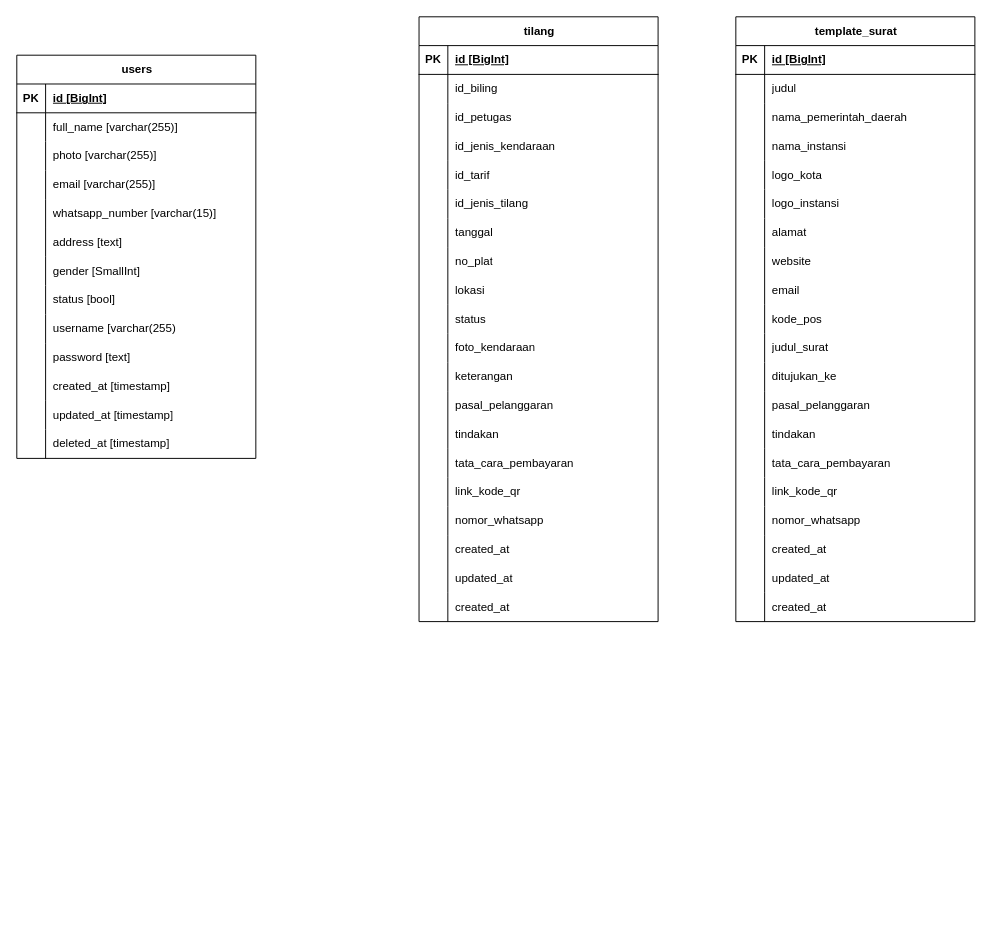
rezalmp7/dbms_gembok keeps this draw.io diagram as Gembok Fun Teknologi.drawio. Above is the earlier version. Source tidied: cells renumbered, new cells numbered last; positions are measured from the earlier drawing's top-left corner, leaving out a move shared by most shapes. Both pictures are drawn from the tidied source at 96%, with x=0, y=0 at pixel (16, 16).
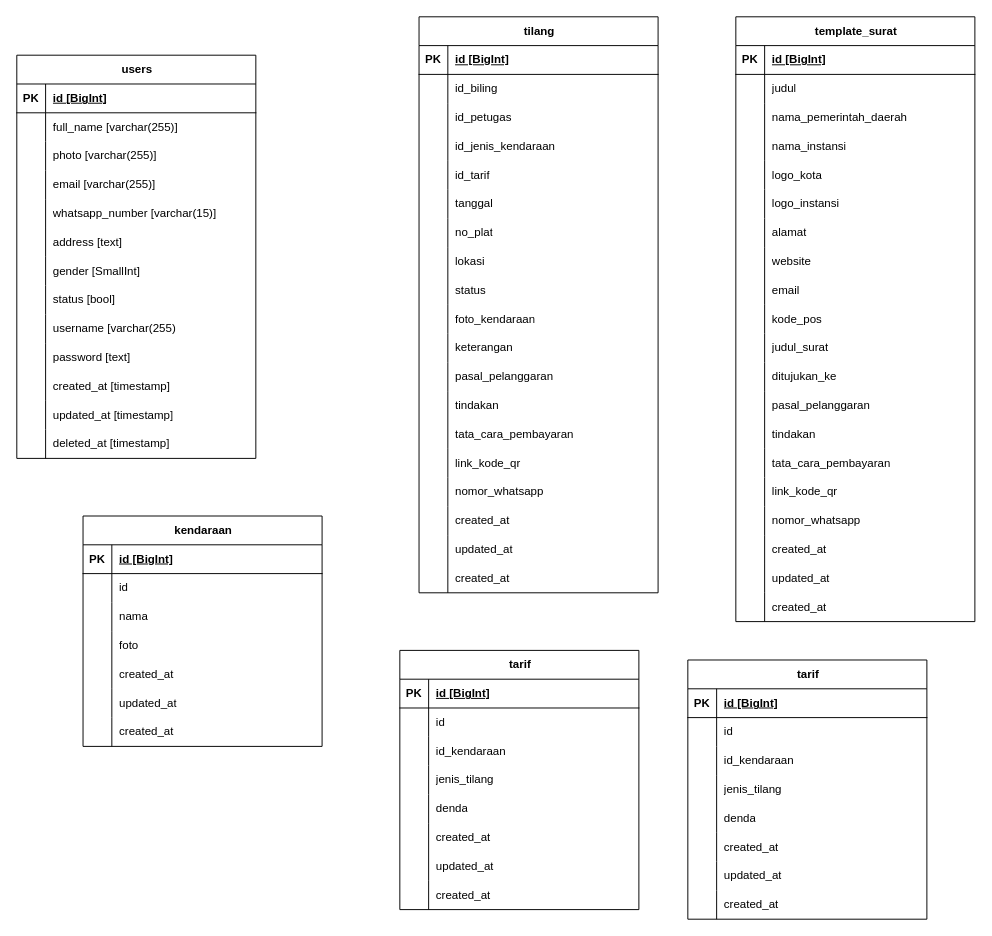
The same page after the edit.

The edit, as a diff of the source:
```diff
@@
     <mxCell id="103" value="tilang" style="shape=table;startSize=30;childLayout=tableLayout;rowLines=0;fontStyle=1;align=center;html=1;" parent="1" vertex="1">
-      <mxGeometry x="419" width="249" height="630" as="geometry" />
+      <mxGeometry x="419" width="249" height="600" as="geometry" />
     </mxCell>
@@
-    <mxCell id="119" style="shape=tableRow;horizontal=0;startSize=0;swimlaneHead=0;swimlaneBody=0;fillColor=none;top=0;left=0;right=0;bottom=0;" parent="103" vertex="1">
-      <mxGeometry y="180" width="249" height="30" as="geometry" />
-    </mxCell>
-    <mxCell id="120" style="shape=partialRectangle;fillColor=none;top=0;left=0;bottom=0;right=0;overflow=hidden;whiteSpace=wrap;html=1;" parent="119" vertex="1">
-      <mxGeometry width="30" height="30" as="geometry" />
-    </mxCell>
-    <mxCell id="121" value="id_jenis_tilang" style="shape=partialRectangle;fillColor=none;top=0;left=0;bottom=0;right=0;align=left;spacingLeft=6;overflow=hidden;whiteSpace=wrap;html=1;" parent="119" vertex="1">
-      <mxGeometry x="30" width="219" height="30" as="geometry" />
-    </mxCell>
     <mxCell id="122" style="shape=tableRow;horizontal=0;startSize=0;swimlaneHead=0;swimlaneBody=0;fillColor=none;top=0;left=0;right=0;bottom=0;" parent="103" vertex="1">
-      <mxGeometry y="210" width="249" height="30" as="geometry" />
+      <mxGeometry y="180" width="249" height="30" as="geometry" />
     </mxCell>
@@
     <mxCell id="125" style="shape=tableRow;horizontal=0;startSize=0;swimlaneHead=0;swimlaneBody=0;fillColor=none;top=0;left=0;right=0;bottom=0;" parent="103" vertex="1">
-      <mxGeometry y="240" width="249" height="30" as="geometry" />
+      <mxGeometry y="210" width="249" height="30" as="geometry" />
     </mxCell>
@@
     <mxCell id="128" style="shape=tableRow;horizontal=0;startSize=0;swimlaneHead=0;swimlaneBody=0;fillColor=none;top=0;left=0;right=0;bottom=0;" parent="103" vertex="1">
-      <mxGeometry y="270" width="249" height="30" as="geometry" />
+      <mxGeometry y="240" width="249" height="30" as="geometry" />
     </mxCell>
@@
     <mxCell id="131" style="shape=tableRow;horizontal=0;startSize=0;swimlaneHead=0;swimlaneBody=0;fillColor=none;top=0;left=0;right=0;bottom=0;" parent="103" vertex="1">
-      <mxGeometry y="300" width="249" height="30" as="geometry" />
+      <mxGeometry y="270" width="249" height="30" as="geometry" />
     </mxCell>
@@
     <mxCell id="134" style="shape=tableRow;horizontal=0;startSize=0;swimlaneHead=0;swimlaneBody=0;fillColor=none;top=0;left=0;right=0;bottom=0;" parent="103" vertex="1">
-      <mxGeometry y="330" width="249" height="30" as="geometry" />
+      <mxGeometry y="300" width="249" height="30" as="geometry" />
     </mxCell>
@@
     <mxCell id="137" style="shape=tableRow;horizontal=0;startSize=0;swimlaneHead=0;swimlaneBody=0;fillColor=none;top=0;left=0;right=0;bottom=0;" parent="103" vertex="1">
-      <mxGeometry y="360" width="249" height="30" as="geometry" />
+      <mxGeometry y="330" width="249" height="30" as="geometry" />
     </mxCell>
@@
     <mxCell id="140" style="shape=tableRow;horizontal=0;startSize=0;swimlaneHead=0;swimlaneBody=0;fillColor=none;top=0;left=0;right=0;bottom=0;" parent="103" vertex="1">
-      <mxGeometry y="390" width="249" height="30" as="geometry" />
+      <mxGeometry y="360" width="249" height="30" as="geometry" />
     </mxCell>
@@
     <mxCell id="143" style="shape=tableRow;horizontal=0;startSize=0;swimlaneHead=0;swimlaneBody=0;fillColor=none;top=0;left=0;right=0;bottom=0;" parent="103" vertex="1">
-      <mxGeometry y="420" width="249" height="30" as="geometry" />
+      <mxGeometry y="390" width="249" height="30" as="geometry" />
     </mxCell>
@@
     <mxCell id="146" style="shape=tableRow;horizontal=0;startSize=0;swimlaneHead=0;swimlaneBody=0;fillColor=none;top=0;left=0;right=0;bottom=0;" parent="103" vertex="1">
-      <mxGeometry y="450" width="249" height="30" as="geometry" />
+      <mxGeometry y="420" width="249" height="30" as="geometry" />
     </mxCell>
@@
     <mxCell id="149" style="shape=tableRow;horizontal=0;startSize=0;swimlaneHead=0;swimlaneBody=0;fillColor=none;top=0;left=0;right=0;bottom=0;" parent="103" vertex="1">
-      <mxGeometry y="480" width="249" height="30" as="geometry" />
+      <mxGeometry y="450" width="249" height="30" as="geometry" />
     </mxCell>
@@
     <mxCell id="152" style="shape=tableRow;horizontal=0;startSize=0;swimlaneHead=0;swimlaneBody=0;fillColor=none;top=0;left=0;right=0;bottom=0;" parent="103" vertex="1">
-      <mxGeometry y="510" width="249" height="30" as="geometry" />
+      <mxGeometry y="480" width="249" height="30" as="geometry" />
     </mxCell>
@@
     <mxCell id="155" style="shape=tableRow;horizontal=0;startSize=0;swimlaneHead=0;swimlaneBody=0;fillColor=none;top=0;left=0;right=0;bottom=0;" parent="103" vertex="1">
-      <mxGeometry y="540" width="249" height="30" as="geometry" />
+      <mxGeometry y="510" width="249" height="30" as="geometry" />
     </mxCell>
@@
     <mxCell id="158" style="shape=tableRow;horizontal=0;startSize=0;swimlaneHead=0;swimlaneBody=0;fillColor=none;top=0;left=0;right=0;bottom=0;" parent="103" vertex="1">
-      <mxGeometry y="570" width="249" height="30" as="geometry" />
+      <mxGeometry y="540" width="249" height="30" as="geometry" />
     </mxCell>
@@
     <mxCell id="161" style="shape=tableRow;horizontal=0;startSize=0;swimlaneHead=0;swimlaneBody=0;fillColor=none;top=0;left=0;right=0;bottom=0;" parent="103" vertex="1">
-      <mxGeometry y="600" width="249" height="30" as="geometry" />
+      <mxGeometry y="570" width="249" height="30" as="geometry" />
     </mxCell>
@@
+    <mxCell id="164" value="kendaraan" style="shape=table;startSize=30;childLayout=tableLayout;rowLines=0;fontStyle=1;align=center;html=1;" parent="1" vertex="1">
+      <mxGeometry x="69" y="520" width="249" height="240" as="geometry" />
+    </mxCell>
+    <mxCell id="165" style="shape=tableRow;horizontal=0;startSize=0;swimlaneHead=0;swimlaneBody=0;fillColor=none;top=0;left=0;right=0;bottom=1;" parent="164" vertex="1">
+      <mxGeometry y="30" width="249" height="30" as="geometry" />
+    </mxCell>
+    <mxCell id="166" value="PK" style="shape=partialRectangle;fillColor=none;top=0;left=0;bottom=0;right=0;fontStyle=1;overflow=hidden;whiteSpace=wrap;html=1;" parent="165" vertex="1">
+      <mxGeometry width="30" height="30" as="geometry" />
+    </mxCell>
+    <mxCell id="167" value="id [BigInt]" style="shape=partialRectangle;fillColor=none;top=0;left=0;bottom=0;right=0;align=left;spacingLeft=6;fontStyle=5;overflow=hidden;whiteSpace=wrap;html=1;" parent="165" vertex="1">
+      <mxGeometry x="30" width="219" height="30" as="geometry" />
+    </mxCell>
+    <mxCell id="168" style="shape=tableRow;horizontal=0;startSize=0;swimlaneHead=0;swimlaneBody=0;fillColor=none;top=0;left=0;right=0;bottom=0;" parent="164" vertex="1">
+      <mxGeometry y="60" width="249" height="30" as="geometry" />
+    </mxCell>
+    <mxCell id="169" style="shape=partialRectangle;fillColor=none;top=0;left=0;bottom=0;right=0;overflow=hidden;whiteSpace=wrap;html=1;" parent="168" vertex="1">
+      <mxGeometry width="30" height="30" as="geometry" />
+    </mxCell>
+    <mxCell id="170" value="id" style="shape=partialRectangle;fillColor=none;top=0;left=0;bottom=0;right=0;align=left;spacingLeft=6;overflow=hidden;whiteSpace=wrap;html=1;" parent="168" vertex="1">
+      <mxGeometry x="30" width="219" height="30" as="geometry" />
+    </mxCell>
+    <mxCell id="171" style="shape=tableRow;horizontal=0;startSize=0;swimlaneHead=0;swimlaneBody=0;fillColor=none;top=0;left=0;right=0;bottom=0;" parent="164" vertex="1">
+      <mxGeometry y="90" width="249" height="30" as="geometry" />
+    </mxCell>
+    <mxCell id="172" style="shape=partialRectangle;fillColor=none;top=0;left=0;bottom=0;right=0;overflow=hidden;whiteSpace=wrap;html=1;" parent="171" vertex="1">
+      <mxGeometry width="30" height="30" as="geometry" />
+    </mxCell>
+    <mxCell id="173" value="nama" style="shape=partialRectangle;fillColor=none;top=0;left=0;bottom=0;right=0;align=left;spacingLeft=6;overflow=hidden;whiteSpace=wrap;html=1;" parent="171" vertex="1">
+      <mxGeometry x="30" width="219" height="30" as="geometry" />
+    </mxCell>
+    <mxCell id="174" style="shape=tableRow;horizontal=0;startSize=0;swimlaneHead=0;swimlaneBody=0;fillColor=none;top=0;left=0;right=0;bottom=0;" parent="164" vertex="1">
+      <mxGeometry y="120" width="249" height="30" as="geometry" />
+    </mxCell>
+    <mxCell id="175" style="shape=partialRectangle;fillColor=none;top=0;left=0;bottom=0;right=0;overflow=hidden;whiteSpace=wrap;html=1;" parent="174" vertex="1">
+      <mxGeometry width="30" height="30" as="geometry" />
+    </mxCell>
+    <mxCell id="176" value="foto" style="shape=partialRectangle;fillColor=none;top=0;left=0;bottom=0;right=0;align=left;spacingLeft=6;overflow=hidden;whiteSpace=wrap;html=1;" parent="174" vertex="1">
+      <mxGeometry x="30" width="219" height="30" as="geometry" />
+    </mxCell>
+    <mxCell id="177" style="shape=tableRow;horizontal=0;startSize=0;swimlaneHead=0;swimlaneBody=0;fillColor=none;top=0;left=0;right=0;bottom=0;" parent="164" vertex="1">
+      <mxGeometry y="150" width="249" height="30" as="geometry" />
+    </mxCell>
+    <mxCell id="178" style="shape=partialRectangle;fillColor=none;top=0;left=0;bottom=0;right=0;overflow=hidden;whiteSpace=wrap;html=1;" parent="177" vertex="1">
+      <mxGeometry width="30" height="30" as="geometry" />
+    </mxCell>
+    <mxCell id="179" value="created_at" style="shape=partialRectangle;fillColor=none;top=0;left=0;bottom=0;right=0;align=left;spacingLeft=6;overflow=hidden;whiteSpace=wrap;html=1;" parent="177" vertex="1">
+      <mxGeometry x="30" width="219" height="30" as="geometry" />
+    </mxCell>
+    <mxCell id="180" style="shape=tableRow;horizontal=0;startSize=0;swimlaneHead=0;swimlaneBody=0;fillColor=none;top=0;left=0;right=0;bottom=0;" parent="164" vertex="1">
+      <mxGeometry y="180" width="249" height="30" as="geometry" />
+    </mxCell>
+    <mxCell id="181" style="shape=partialRectangle;fillColor=none;top=0;left=0;bottom=0;right=0;overflow=hidden;whiteSpace=wrap;html=1;" parent="180" vertex="1">
+      <mxGeometry width="30" height="30" as="geometry" />
+    </mxCell>
+    <mxCell id="182" value="updated_at" style="shape=partialRectangle;fillColor=none;top=0;left=0;bottom=0;right=0;align=left;spacingLeft=6;overflow=hidden;whiteSpace=wrap;html=1;" parent="180" vertex="1">
+      <mxGeometry x="30" width="219" height="30" as="geometry" />
+    </mxCell>
+    <mxCell id="183" style="shape=tableRow;horizontal=0;startSize=0;swimlaneHead=0;swimlaneBody=0;fillColor=none;top=0;left=0;right=0;bottom=0;" parent="164" vertex="1">
+      <mxGeometry y="210" width="249" height="30" as="geometry" />
+    </mxCell>
+    <mxCell id="184" style="shape=partialRectangle;fillColor=none;top=0;left=0;bottom=0;right=0;overflow=hidden;whiteSpace=wrap;html=1;" parent="183" vertex="1">
+      <mxGeometry width="30" height="30" as="geometry" />
+    </mxCell>
+    <mxCell id="185" value="created_at" style="shape=partialRectangle;fillColor=none;top=0;left=0;bottom=0;right=0;align=left;spacingLeft=6;overflow=hidden;whiteSpace=wrap;html=1;" parent="183" vertex="1">
+      <mxGeometry x="30" width="219" height="30" as="geometry" />
+    </mxCell>
+    <mxCell id="186" value="tarif" style="shape=table;startSize=30;childLayout=tableLayout;rowLines=0;fontStyle=1;align=center;html=1;" parent="1" vertex="1">
+      <mxGeometry x="399" y="660" width="249" height="270" as="geometry" />
+    </mxCell>
+    <mxCell id="187" style="shape=tableRow;horizontal=0;startSize=0;swimlaneHead=0;swimlaneBody=0;fillColor=none;top=0;left=0;right=0;bottom=1;" parent="186" vertex="1">
+      <mxGeometry y="30" width="249" height="30" as="geometry" />
+    </mxCell>
+    <mxCell id="188" value="PK" style="shape=partialRectangle;fillColor=none;top=0;left=0;bottom=0;right=0;fontStyle=1;overflow=hidden;whiteSpace=wrap;html=1;" parent="187" vertex="1">
+      <mxGeometry width="30" height="30" as="geometry" />
+    </mxCell>
+    <mxCell id="189" value="id [BigInt]" style="shape=partialRectangle;fillColor=none;top=0;left=0;bottom=0;right=0;align=left;spacingLeft=6;fontStyle=5;overflow=hidden;whiteSpace=wrap;html=1;" parent="187" vertex="1">
+      <mxGeometry x="30" width="219" height="30" as="geometry" />
+    </mxCell>
+    <mxCell id="190" style="shape=tableRow;horizontal=0;startSize=0;swimlaneHead=0;swimlaneBody=0;fillColor=none;top=0;left=0;right=0;bottom=0;" parent="186" vertex="1">
+      <mxGeometry y="60" width="249" height="30" as="geometry" />
+    </mxCell>
+    <mxCell id="191" style="shape=partialRectangle;fillColor=none;top=0;left=0;bottom=0;right=0;overflow=hidden;whiteSpace=wrap;html=1;" parent="190" vertex="1">
+      <mxGeometry width="30" height="30" as="geometry" />
+    </mxCell>
+    <mxCell id="192" value="id" style="shape=partialRectangle;fillColor=none;top=0;left=0;bottom=0;right=0;align=left;spacingLeft=6;overflow=hidden;whiteSpace=wrap;html=1;" parent="190" vertex="1">
+      <mxGeometry x="30" width="219" height="30" as="geometry" />
+    </mxCell>
+    <mxCell id="193" style="shape=tableRow;horizontal=0;startSize=0;swimlaneHead=0;swimlaneBody=0;fillColor=none;top=0;left=0;right=0;bottom=0;" parent="186" vertex="1">
+      <mxGeometry y="90" width="249" height="30" as="geometry" />
+    </mxCell>
+    <mxCell id="194" style="shape=partialRectangle;fillColor=none;top=0;left=0;bottom=0;right=0;overflow=hidden;whiteSpace=wrap;html=1;" parent="193" vertex="1">
+      <mxGeometry width="30" height="30" as="geometry" />
+    </mxCell>
+    <mxCell id="195" value="id_kendaraan" style="shape=partialRectangle;fillColor=none;top=0;left=0;bottom=0;right=0;align=left;spacingLeft=6;overflow=hidden;whiteSpace=wrap;html=1;" parent="193" vertex="1">
+      <mxGeometry x="30" width="219" height="30" as="geometry" />
+    </mxCell>
+    <mxCell id="196" style="shape=tableRow;horizontal=0;startSize=0;swimlaneHead=0;swimlaneBody=0;fillColor=none;top=0;left=0;right=0;bottom=0;" parent="186" vertex="1">
+      <mxGeometry y="120" width="249" height="30" as="geometry" />
+    </mxCell>
+    <mxCell id="197" style="shape=partialRectangle;fillColor=none;top=0;left=0;bottom=0;right=0;overflow=hidden;whiteSpace=wrap;html=1;" parent="196" vertex="1">
+      <mxGeometry width="30" height="30" as="geometry" />
+    </mxCell>
+    <mxCell id="198" value="jenis_tilang" style="shape=partialRectangle;fillColor=none;top=0;left=0;bottom=0;right=0;align=left;spacingLeft=6;overflow=hidden;whiteSpace=wrap;html=1;" parent="196" vertex="1">
+      <mxGeometry x="30" width="219" height="30" as="geometry" />
+    </mxCell>
+    <mxCell id="199" style="shape=tableRow;horizontal=0;startSize=0;swimlaneHead=0;swimlaneBody=0;fillColor=none;top=0;left=0;right=0;bottom=0;" parent="186" vertex="1">
+      <mxGeometry y="150" width="249" height="30" as="geometry" />
+    </mxCell>
+    <mxCell id="200" style="shape=partialRectangle;fillColor=none;top=0;left=0;bottom=0;right=0;overflow=hidden;whiteSpace=wrap;html=1;" parent="199" vertex="1">
+      <mxGeometry width="30" height="30" as="geometry" />
+    </mxCell>
+    <mxCell id="201" value="denda" style="shape=partialRectangle;fillColor=none;top=0;left=0;bottom=0;right=0;align=left;spacingLeft=6;overflow=hidden;whiteSpace=wrap;html=1;" parent="199" vertex="1">
+      <mxGeometry x="30" width="219" height="30" as="geometry" />
+    </mxCell>
+    <mxCell id="202" style="shape=tableRow;horizontal=0;startSize=0;swimlaneHead=0;swimlaneBody=0;fillColor=none;top=0;left=0;right=0;bottom=0;" parent="186" vertex="1">
+      <mxGeometry y="180" width="249" height="30" as="geometry" />
+    </mxCell>
+    <mxCell id="203" style="shape=partialRectangle;fillColor=none;top=0;left=0;bottom=0;right=0;overflow=hidden;whiteSpace=wrap;html=1;" parent="202" vertex="1">
+      <mxGeometry width="30" height="30" as="geometry" />
+    </mxCell>
+    <mxCell id="204" value="created_at" style="shape=partialRectangle;fillColor=none;top=0;left=0;bottom=0;right=0;align=left;spacingLeft=6;overflow=hidden;whiteSpace=wrap;html=1;" parent="202" vertex="1">
+      <mxGeometry x="30" width="219" height="30" as="geometry" />
+    </mxCell>
+    <mxCell id="205" style="shape=tableRow;horizontal=0;startSize=0;swimlaneHead=0;swimlaneBody=0;fillColor=none;top=0;left=0;right=0;bottom=0;" parent="186" vertex="1">
+      <mxGeometry y="210" width="249" height="30" as="geometry" />
+    </mxCell>
+    <mxCell id="206" style="shape=partialRectangle;fillColor=none;top=0;left=0;bottom=0;right=0;overflow=hidden;whiteSpace=wrap;html=1;" parent="205" vertex="1">
+      <mxGeometry width="30" height="30" as="geometry" />
+    </mxCell>
+    <mxCell id="207" value="updated_at" style="shape=partialRectangle;fillColor=none;top=0;left=0;bottom=0;right=0;align=left;spacingLeft=6;overflow=hidden;whiteSpace=wrap;html=1;" parent="205" vertex="1">
+      <mxGeometry x="30" width="219" height="30" as="geometry" />
+    </mxCell>
+    <mxCell id="208" style="shape=tableRow;horizontal=0;startSize=0;swimlaneHead=0;swimlaneBody=0;fillColor=none;top=0;left=0;right=0;bottom=0;" parent="186" vertex="1">
+      <mxGeometry y="240" width="249" height="30" as="geometry" />
+    </mxCell>
+    <mxCell id="209" style="shape=partialRectangle;fillColor=none;top=0;left=0;bottom=0;right=0;overflow=hidden;whiteSpace=wrap;html=1;" parent="208" vertex="1">
+      <mxGeometry width="30" height="30" as="geometry" />
+    </mxCell>
+    <mxCell id="210" value="created_at" style="shape=partialRectangle;fillColor=none;top=0;left=0;bottom=0;right=0;align=left;spacingLeft=6;overflow=hidden;whiteSpace=wrap;html=1;" parent="208" vertex="1">
+      <mxGeometry x="30" width="219" height="30" as="geometry" />
+    </mxCell>
+    <mxCell id="211" value="tarif" style="shape=table;startSize=30;childLayout=tableLayout;rowLines=0;fontStyle=1;align=center;html=1;" parent="1" vertex="1">
+      <mxGeometry x="699" y="670" width="249" height="270" as="geometry" />
+    </mxCell>
+    <mxCell id="212" style="shape=tableRow;horizontal=0;startSize=0;swimlaneHead=0;swimlaneBody=0;fillColor=none;top=0;left=0;right=0;bottom=1;" parent="211" vertex="1">
+      <mxGeometry y="30" width="249" height="30" as="geometry" />
+    </mxCell>
+    <mxCell id="213" value="PK" style="shape=partialRectangle;fillColor=none;top=0;left=0;bottom=0;right=0;fontStyle=1;overflow=hidden;whiteSpace=wrap;html=1;" parent="212" vertex="1">
+      <mxGeometry width="30" height="30" as="geometry" />
+    </mxCell>
+    <mxCell id="214" value="id [BigInt]" style="shape=partialRectangle;fillColor=none;top=0;left=0;bottom=0;right=0;align=left;spacingLeft=6;fontStyle=5;overflow=hidden;whiteSpace=wrap;html=1;" parent="212" vertex="1">
+      <mxGeometry x="30" width="219" height="30" as="geometry" />
+    </mxCell>
+    <mxCell id="215" style="shape=tableRow;horizontal=0;startSize=0;swimlaneHead=0;swimlaneBody=0;fillColor=none;top=0;left=0;right=0;bottom=0;" parent="211" vertex="1">
+      <mxGeometry y="60" width="249" height="30" as="geometry" />
+    </mxCell>
+    <mxCell id="216" style="shape=partialRectangle;fillColor=none;top=0;left=0;bottom=0;right=0;overflow=hidden;whiteSpace=wrap;html=1;" parent="215" vertex="1">
+      <mxGeometry width="30" height="30" as="geometry" />
+    </mxCell>
+    <mxCell id="217" value="id" style="shape=partialRectangle;fillColor=none;top=0;left=0;bottom=0;right=0;align=left;spacingLeft=6;overflow=hidden;whiteSpace=wrap;html=1;" parent="215" vertex="1">
+      <mxGeometry x="30" width="219" height="30" as="geometry" />
+    </mxCell>
+    <mxCell id="218" style="shape=tableRow;horizontal=0;startSize=0;swimlaneHead=0;swimlaneBody=0;fillColor=none;top=0;left=0;right=0;bottom=0;" parent="211" vertex="1">
+      <mxGeometry y="90" width="249" height="30" as="geometry" />
+    </mxCell>
+    <mxCell id="219" style="shape=partialRectangle;fillColor=none;top=0;left=0;bottom=0;right=0;overflow=hidden;whiteSpace=wrap;html=1;" parent="218" vertex="1">
+      <mxGeometry width="30" height="30" as="geometry" />
+    </mxCell>
+    <mxCell id="220" value="id_kendaraan" style="shape=partialRectangle;fillColor=none;top=0;left=0;bottom=0;right=0;align=left;spacingLeft=6;overflow=hidden;whiteSpace=wrap;html=1;" parent="218" vertex="1">
+      <mxGeometry x="30" width="219" height="30" as="geometry" />
+    </mxCell>
+    <mxCell id="221" style="shape=tableRow;horizontal=0;startSize=0;swimlaneHead=0;swimlaneBody=0;fillColor=none;top=0;left=0;right=0;bottom=0;" parent="211" vertex="1">
+      <mxGeometry y="120" width="249" height="30" as="geometry" />
+    </mxCell>
+    <mxCell id="222" style="shape=partialRectangle;fillColor=none;top=0;left=0;bottom=0;right=0;overflow=hidden;whiteSpace=wrap;html=1;" parent="221" vertex="1">
+      <mxGeometry width="30" height="30" as="geometry" />
+    </mxCell>
+    <mxCell id="223" value="jenis_tilang" style="shape=partialRectangle;fillColor=none;top=0;left=0;bottom=0;right=0;align=left;spacingLeft=6;overflow=hidden;whiteSpace=wrap;html=1;" parent="221" vertex="1">
+      <mxGeometry x="30" width="219" height="30" as="geometry" />
+    </mxCell>
+    <mxCell id="224" style="shape=tableRow;horizontal=0;startSize=0;swimlaneHead=0;swimlaneBody=0;fillColor=none;top=0;left=0;right=0;bottom=0;" parent="211" vertex="1">
+      <mxGeometry y="150" width="249" height="30" as="geometry" />
+    </mxCell>
+    <mxCell id="225" style="shape=partialRectangle;fillColor=none;top=0;left=0;bottom=0;right=0;overflow=hidden;whiteSpace=wrap;html=1;" parent="224" vertex="1">
+      <mxGeometry width="30" height="30" as="geometry" />
+    </mxCell>
+    <mxCell id="226" value="denda" style="shape=partialRectangle;fillColor=none;top=0;left=0;bottom=0;right=0;align=left;spacingLeft=6;overflow=hidden;whiteSpace=wrap;html=1;" parent="224" vertex="1">
+      <mxGeometry x="30" width="219" height="30" as="geometry" />
+    </mxCell>
+    <mxCell id="227" style="shape=tableRow;horizontal=0;startSize=0;swimlaneHead=0;swimlaneBody=0;fillColor=none;top=0;left=0;right=0;bottom=0;" parent="211" vertex="1">
+      <mxGeometry y="180" width="249" height="30" as="geometry" />
+    </mxCell>
+    <mxCell id="228" style="shape=partialRectangle;fillColor=none;top=0;left=0;bottom=0;right=0;overflow=hidden;whiteSpace=wrap;html=1;" parent="227" vertex="1">
+      <mxGeometry width="30" height="30" as="geometry" />
+    </mxCell>
+    <mxCell id="229" value="created_at" style="shape=partialRectangle;fillColor=none;top=0;left=0;bottom=0;right=0;align=left;spacingLeft=6;overflow=hidden;whiteSpace=wrap;html=1;" parent="227" vertex="1">
+      <mxGeometry x="30" width="219" height="30" as="geometry" />
+    </mxCell>
+    <mxCell id="230" style="shape=tableRow;horizontal=0;startSize=0;swimlaneHead=0;swimlaneBody=0;fillColor=none;top=0;left=0;right=0;bottom=0;" parent="211" vertex="1">
+      <mxGeometry y="210" width="249" height="30" as="geometry" />
+    </mxCell>
+    <mxCell id="231" style="shape=partialRectangle;fillColor=none;top=0;left=0;bottom=0;right=0;overflow=hidden;whiteSpace=wrap;html=1;" parent="230" vertex="1">
+      <mxGeometry width="30" height="30" as="geometry" />
+    </mxCell>
+    <mxCell id="232" value="updated_at" style="shape=partialRectangle;fillColor=none;top=0;left=0;bottom=0;right=0;align=left;spacingLeft=6;overflow=hidden;whiteSpace=wrap;html=1;" parent="230" vertex="1">
+      <mxGeometry x="30" width="219" height="30" as="geometry" />
+    </mxCell>
+    <mxCell id="233" style="shape=tableRow;horizontal=0;startSize=0;swimlaneHead=0;swimlaneBody=0;fillColor=none;top=0;left=0;right=0;bottom=0;" parent="211" vertex="1">
+      <mxGeometry y="240" width="249" height="30" as="geometry" />
+    </mxCell>
+    <mxCell id="234" style="shape=partialRectangle;fillColor=none;top=0;left=0;bottom=0;right=0;overflow=hidden;whiteSpace=wrap;html=1;" parent="233" vertex="1">
+      <mxGeometry width="30" height="30" as="geometry" />
+    </mxCell>
+    <mxCell id="235" value="created_at" style="shape=partialRectangle;fillColor=none;top=0;left=0;bottom=0;right=0;align=left;spacingLeft=6;overflow=hidden;whiteSpace=wrap;html=1;" parent="233" vertex="1">
+      <mxGeometry x="30" width="219" height="30" as="geometry" />
+    </mxCell>
```
